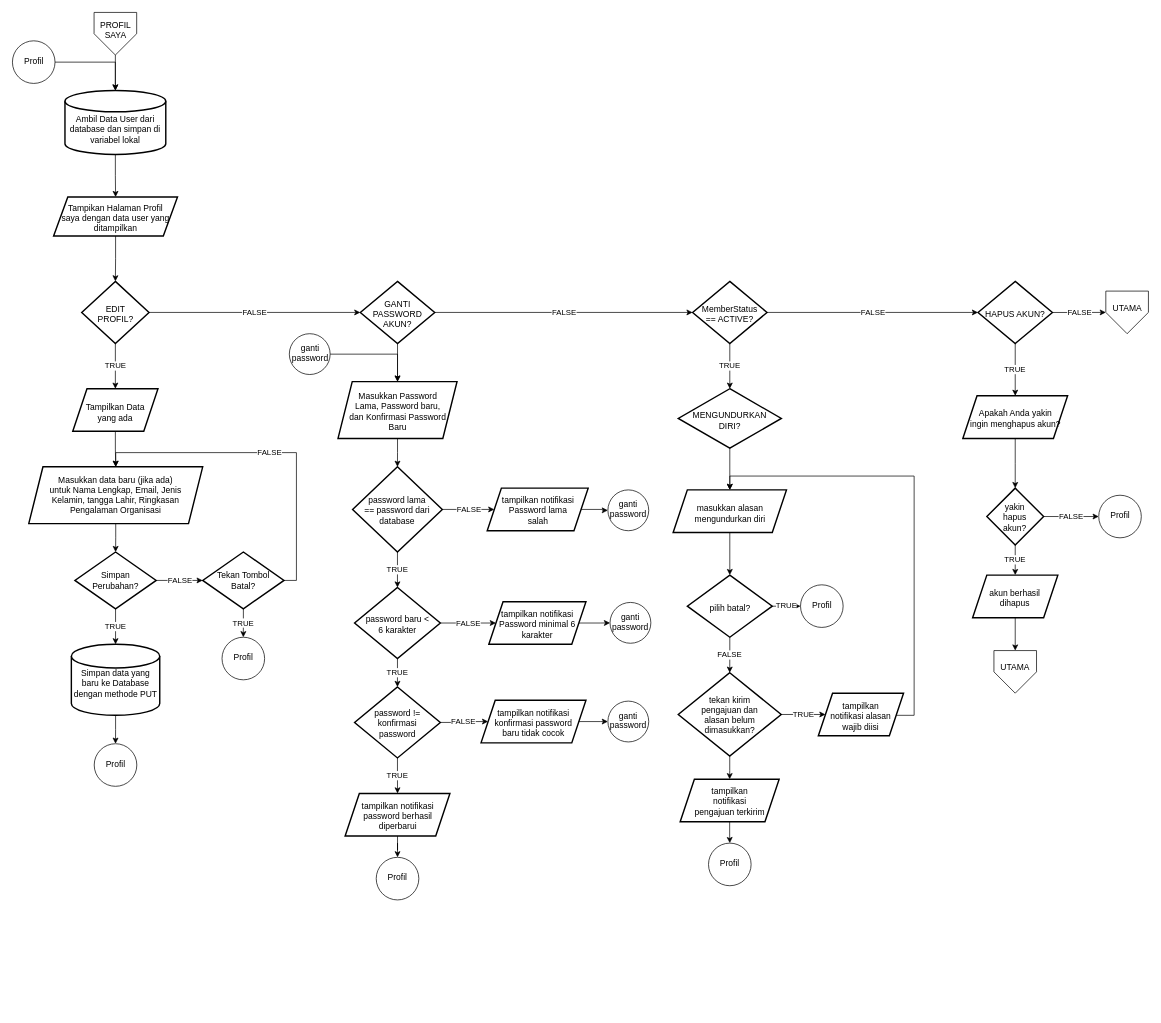
pangeranvalerensco-maker/STRUKTURA---SISTEM-MANAJEMEN-ORGANISASI-BERBASIS-ALUR-KEPUTUSAN keeps this draw.io diagram as page "PROFIL SAYA" (6 of 11) of struktura.drawio. Above is the earlier version. Source tidied: cells renumbered, new cells numbered last; positions are measured from the earlier drawing's top-left corner, leaving out a move shared by most shapes. Both pictures are drawn from the tidied source at 71%, with x=0, y=0 at pixel (12, 12).
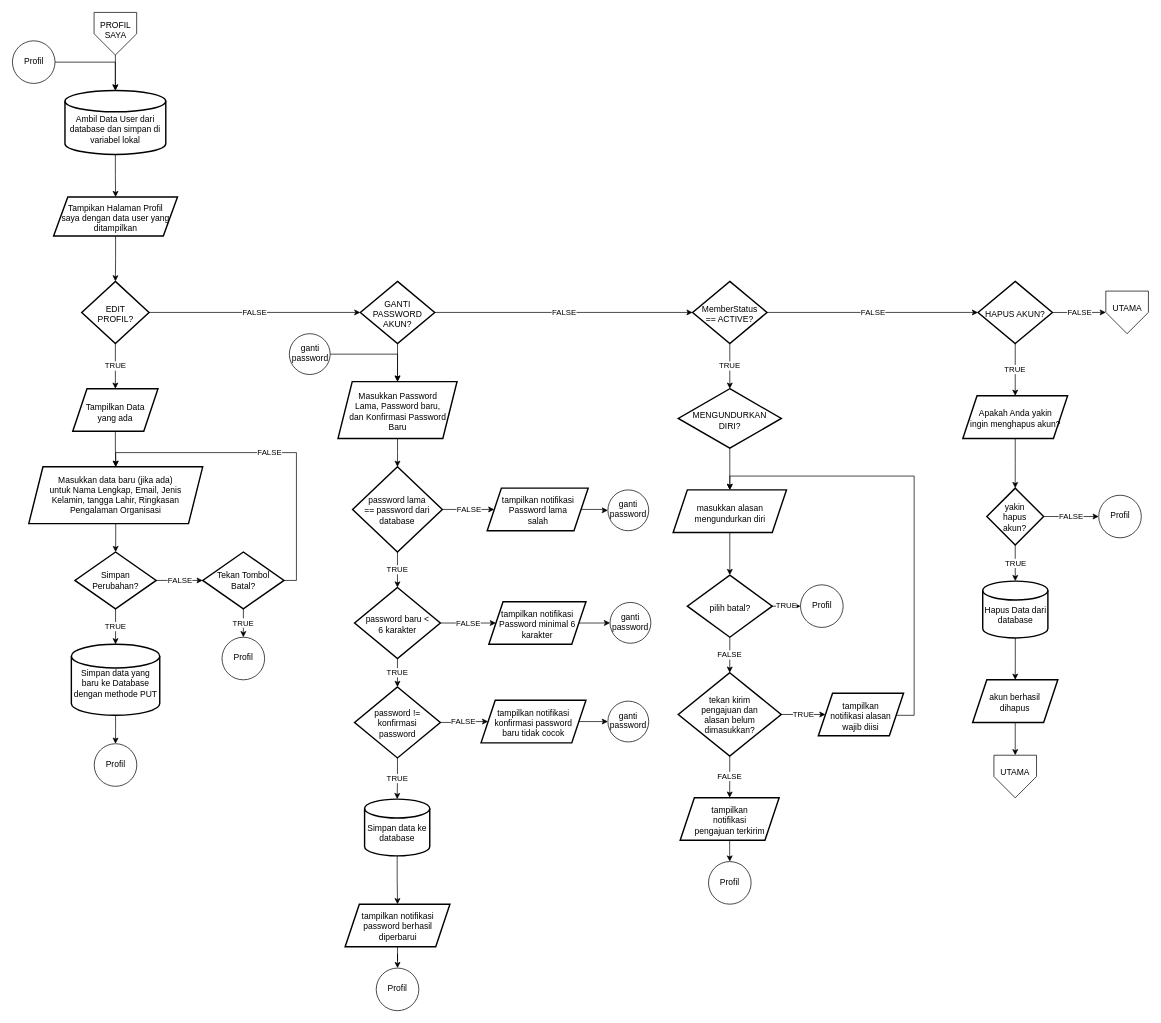
Above is the later version.

The change refers to these unchanged cells:
```xml
<mxCell id="54" value="password != konfirmasi password" style="rhombus;whiteSpace=wrap;html=1;strokeWidth=2;spacingTop=4;spacing=15;" parent="1" vertex="1">
  <mxGeometry x="481.9" y="950" width="120.8" height="100" as="geometry" />
</mxCell>
<mxCell id="72" value="tekan kirim pengajuan dan alasan belum dimasukkan?" style="rhombus;whiteSpace=wrap;html=1;strokeWidth=2;spacingTop=3;spacing=20;" parent="1" vertex="1">
  <mxGeometry x="937.8" y="930" width="145" height="117.5" as="geometry" />
</mxCell>
<mxCell id="83" value="yakin hapus akun?" style="rhombus;whiteSpace=wrap;html=1;strokeWidth=2;spacingTop=4;spacing=11;" parent="1" vertex="1">
  <mxGeometry x="1372.4" y="670" width="80" height="80" as="geometry" />
</mxCell>
```

Diff of the diagram source:
```diff
@@
-    <mxCell id="53" value="TRUE" style="edgeStyle=orthogonalEdgeStyle;rounded=0;jettySize=auto;html=1;" parent="1" edge="1" source="54" target="63">
+    <mxCell id="53" value="TRUE" style="edgeStyle=orthogonalEdgeStyle;rounded=0;jettySize=auto;html=1;entryX=0.5;entryY=0;entryDx=0;entryDy=0;entryPerimeter=0;" parent="1" edge="1" source="54" target="89">
       <mxGeometry relative="1" as="geometry" />
     </mxCell>
@@
     <mxCell id="63" value="tampilkan notifikasi password berhasil diperbarui" style="shape=parallelogram;perimeter=parallelogramPerimeter;whiteSpace=wrap;html=1;fixedSize=1;strokeWidth=2;spacingTop=4;spacing=15;" parent="1" vertex="1">
-      <mxGeometry x="468.6" y="1100" width="147.6" height="60" as="geometry" />
+      <mxGeometry x="468.6" y="1256" width="147.6" height="60" as="geometry" />
     </mxCell>
     <mxCell id="64" value="Profil" style="verticalLabelPosition=bottom;verticalAlign=top;html=1;shape=mxgraph.flowchart.on-page_reference;spacingTop=-45;" parent="1" vertex="1">
-      <mxGeometry x="512.4" y="1190" width="60" height="60" as="geometry" />
+      <mxGeometry x="512.4" y="1346" width="60" height="60" as="geometry" />
     </mxCell>
@@
-    <mxCell id="71" style="edgeStyle=orthogonalEdgeStyle;rounded=0;jettySize=auto;html=1;" parent="1" edge="1" source="72" target="77">
+    <mxCell id="71" value="FALSE" style="edgeStyle=orthogonalEdgeStyle;rounded=0;jettySize=auto;html=1;" parent="1" edge="1" source="72" target="77">
       <mxGeometry relative="1" as="geometry" />
     </mxCell>
@@
     <mxCell id="77" value="tampilkan notifikasi pengajuan terkirim" style="shape=parallelogram;perimeter=parallelogramPerimeter;whiteSpace=wrap;html=1;fixedSize=1;strokeWidth=2;spacingTop=3;spacing=20;" parent="1" vertex="1">
-      <mxGeometry x="940.5" y="1080" width="139.4" height="60" as="geometry" />
+      <mxGeometry x="940.5" y="1106" width="139.4" height="60" as="geometry" />
     </mxCell>
     <mxCell id="78" value="Profil" style="verticalLabelPosition=bottom;verticalAlign=top;html=1;shape=mxgraph.flowchart.on-page_reference;spacingTop=-45;" parent="1" vertex="1">
-      <mxGeometry x="980.4" y="1170" width="60" height="60" as="geometry" />
+      <mxGeometry x="980.4" y="1196" width="60" height="60" as="geometry" />
     </mxCell>
@@
-    <mxCell id="81" value="TRUE" style="edgeStyle=orthogonalEdgeStyle;rounded=0;jettySize=auto;html=1;" parent="1" edge="1" source="83" target="85">
+    <mxCell id="81" value="TRUE" style="edgeStyle=orthogonalEdgeStyle;rounded=0;jettySize=auto;html=1;entryX=0.5;entryY=0;entryDx=0;entryDy=0;entryPerimeter=0;" parent="1" edge="1" source="83" target="91">
       <mxGeometry relative="1" as="geometry" />
     </mxCell>
@@
     <mxCell id="85" value="akun berhasil dihapus" style="shape=parallelogram;perimeter=parallelogramPerimeter;whiteSpace=wrap;html=1;fixedSize=1;strokeWidth=2;spacingTop=4;spacing=11;" parent="1" vertex="1">
-      <mxGeometry x="1352.4" y="792.5" width="120" height="60" as="geometry" />
+      <mxGeometry x="1352.4" y="940" width="120" height="60" as="geometry" />
     </mxCell>
@@
     <mxCell id="87" value="UTAMA" style="verticalLabelPosition=bottom;verticalAlign=top;html=1;shape=offPageConnector;rounded=0;size=0.5;spacingTop=-50;" parent="1" vertex="1">
-      <mxGeometry x="1382.4" y="898.8" width="60" height="60" as="geometry" />
+      <mxGeometry x="1382.4" y="1046.2" width="60" height="60" as="geometry" />
     </mxCell>
+    <mxCell id="88" style="edgeStyle=orthogonalEdgeStyle;rounded=0;jettySize=auto;html=1;" parent="1" edge="1" source="89" target="63">
+      <mxGeometry relative="1" as="geometry" />
+    </mxCell>
+    <mxCell id="89" value="Simpan data ke database" style="strokeWidth=2;html=1;shape=mxgraph.flowchart.database;whiteSpace=wrap;spacingTop=15;" parent="1" vertex="1">
+      <mxGeometry x="496" y="1108" width="91.8" height="80" as="geometry" />
+    </mxCell>
+    <mxCell id="90" style="edgeStyle=orthogonalEdgeStyle;rounded=0;jettySize=auto;html=1;" parent="1" edge="1" source="91" target="85">
+      <mxGeometry relative="1" as="geometry" />
+    </mxCell>
+    <mxCell id="91" value="Hapus Data dari database" style="strokeWidth=2;html=1;shape=mxgraph.flowchart.database;whiteSpace=wrap;spacingTop=15;" parent="1" vertex="1">
+      <mxGeometry x="1366.6" y="801" width="91.8" height="80" as="geometry" />
+    </mxCell>
```
